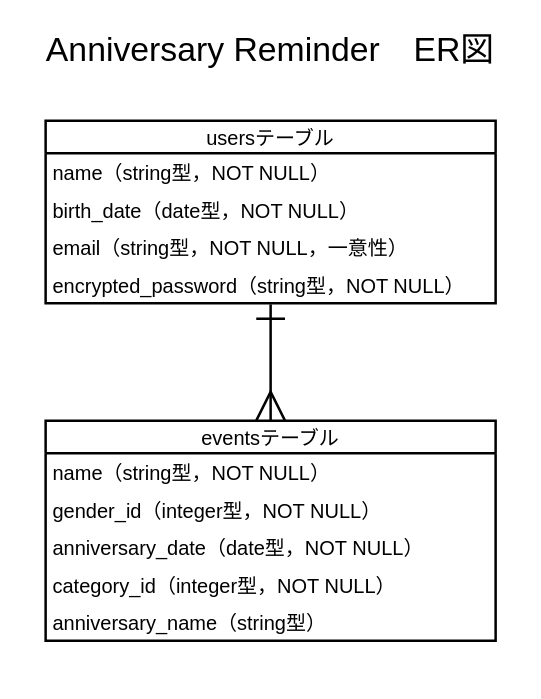
Before: ER-diagram.dio in Hammer0369/anniversary-reminder, a draw.io diagram. Source tidied: cells renumbered, new cells numbered last; positions are measured from the earlier drawing's top-left corner, leaving out a move shared by most shapes. Both pictures are drawn from the tidied source at 125%, with x=0, y=0 at pixel (20, 20).
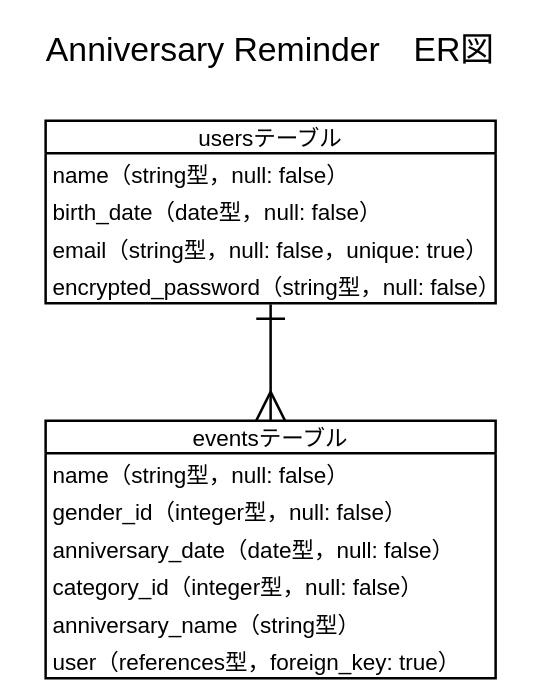
After the change.

Diff of the diagram source:
```diff
@@
 <mxGraphModel>
   <root>
     <mxCell id="0" />
     <mxCell id="1" parent="0" />
     <mxCell id="2" value="Anniversary Reminder　ER図" style="text;strokeColor=none;fillColor=none;spacingLeft=4;spacingRight=4;overflow=hidden;fontSize=27;align=center;strokeWidth=2;" parent="1" vertex="1">
       <mxGeometry width="400" height="40" as="geometry" />
     </mxCell>
-    <mxCell id="3" value="usersテーブル" style="swimlane;fontStyle=0;horizontal=1;startSize=26;align=center;fontSize=16;strokeWidth=2;" parent="1" vertex="1">
+    <mxCell id="3" value="usersテーブル" style="swimlane;fontStyle=0;horizontal=1;startSize=26;align=center;fontSize=18;strokeWidth=2;" parent="1" vertex="1">
       <mxGeometry x="20" y="80" width="360" height="146" as="geometry" />
     </mxCell>
-    <mxCell id="4" value="name（string型，NOT NULL）" style="text;strokeColor=none;fillColor=none;spacingLeft=4;spacingRight=4;overflow=hidden;fontSize=16;" parent="3" vertex="1">
+    <mxCell id="4" value="name（string型，null: false）" style="text;strokeColor=none;fillColor=none;spacingLeft=4;spacingRight=4;overflow=hidden;fontSize=18;" parent="3" vertex="1">
       <mxGeometry y="26" width="360" height="30" as="geometry" />
     </mxCell>
-    <mxCell id="5" value="birth_date（date型，NOT NULL）" style="text;strokeColor=none;fillColor=none;spacingLeft=4;spacingRight=4;overflow=hidden;fontSize=16;" parent="3" vertex="1">
+    <mxCell id="5" value="birth_date（date型，null: false）" style="text;strokeColor=none;fillColor=none;spacingLeft=4;spacingRight=4;overflow=hidden;fontSize=18;" parent="3" vertex="1">
       <mxGeometry y="56" width="360" height="30" as="geometry" />
     </mxCell>
-    <mxCell id="6" value="email（string型，NOT NULL，一意性）" style="text;strokeColor=none;fillColor=none;spacingLeft=4;spacingRight=4;overflow=hidden;fontSize=16;" parent="3" vertex="1">
+    <mxCell id="6" value="email（string型，null: false，unique: true）" style="text;strokeColor=none;fillColor=none;spacingLeft=4;spacingRight=4;overflow=hidden;fontSize=18;" parent="3" vertex="1">
       <mxGeometry y="86" width="360" height="30" as="geometry" />
     </mxCell>
-    <mxCell id="7" value="encrypted_password（string型，NOT NULL）" style="text;strokeColor=none;fillColor=none;spacingLeft=4;spacingRight=4;overflow=hidden;points=[[0,0.5],[1,0.5]];portConstraint=eastwest;fontSize=16;" parent="3" vertex="1">
+    <mxCell id="7" value="encrypted_password（string型，null: false）" style="text;strokeColor=none;fillColor=none;spacingLeft=4;spacingRight=4;overflow=hidden;points=[[0,0.5],[1,0.5]];portConstraint=eastwest;fontSize=18;" parent="3" vertex="1">
       <mxGeometry y="116" width="360" height="30" as="geometry" />
     </mxCell>
-    <mxCell id="8" value="eventsテーブル" style="swimlane;fontStyle=0;horizontal=1;startSize=26;align=center;fontSize=16;strokeWidth=2;" parent="1" vertex="1">
-      <mxGeometry x="20" y="320" width="360" height="176" as="geometry" />
+    <mxCell id="8" value="eventsテーブル" style="swimlane;fontStyle=0;horizontal=1;startSize=26;align=center;fontSize=18;strokeWidth=2;" parent="1" vertex="1">
+      <mxGeometry x="20" y="320" width="360" height="206" as="geometry" />
     </mxCell>
-    <mxCell id="9" value="name（string型，NOT NULL）" style="text;strokeColor=none;fillColor=none;spacingLeft=4;spacingRight=4;overflow=hidden;fontSize=16;" parent="8" vertex="1">
+    <mxCell id="9" value="name（string型，null: false）" style="text;strokeColor=none;fillColor=none;spacingLeft=4;spacingRight=4;overflow=hidden;fontSize=18;" parent="8" vertex="1">
       <mxGeometry y="26" width="360" height="30" as="geometry" />
     </mxCell>
-    <mxCell id="10" value="gender_id（integer型，NOT NULL）" style="text;strokeColor=none;fillColor=none;spacingLeft=4;spacingRight=4;overflow=hidden;fontSize=16;" parent="8" vertex="1">
+    <mxCell id="10" value="gender_id（integer型，null: false）" style="text;strokeColor=none;fillColor=none;spacingLeft=4;spacingRight=4;overflow=hidden;fontSize=18;" parent="8" vertex="1">
       <mxGeometry y="56" width="360" height="30" as="geometry" />
     </mxCell>
-    <mxCell id="11" value="anniversary_date（date型，NOT NULL）" style="text;strokeColor=none;fillColor=none;spacingLeft=4;spacingRight=4;overflow=hidden;fontSize=16;" parent="8" vertex="1">
+    <mxCell id="11" value="anniversary_date（date型，null: false）" style="text;strokeColor=none;fillColor=none;spacingLeft=4;spacingRight=4;overflow=hidden;fontSize=18;" parent="8" vertex="1">
       <mxGeometry y="86" width="360" height="30" as="geometry" />
     </mxCell>
-    <mxCell id="12" value="category_id（integer型，NOT NULL）" style="text;strokeColor=none;fillColor=none;spacingLeft=4;spacingRight=4;overflow=hidden;fontSize=16;" parent="8" vertex="1">
+    <mxCell id="12" value="category_id（integer型，null: false）" style="text;strokeColor=none;fillColor=none;spacingLeft=4;spacingRight=4;overflow=hidden;fontSize=18;" parent="8" vertex="1">
       <mxGeometry y="116" width="360" height="30" as="geometry" />
     </mxCell>
-    <mxCell id="13" value="anniversary_name（string型）" style="text;strokeColor=none;fillColor=none;spacingLeft=4;spacingRight=4;overflow=hidden;fontSize=16;" parent="8" vertex="1">
+    <mxCell id="13" value="anniversary_name（string型）" style="text;strokeColor=none;fillColor=none;spacingLeft=4;spacingRight=4;overflow=hidden;fontSize=18;" parent="8" vertex="1">
       <mxGeometry y="146" width="360" height="30" as="geometry" />
     </mxCell>
+    <mxCell id="15" value="user（references型，foreign_key: true）" style="text;strokeColor=none;fillColor=none;spacingLeft=4;spacingRight=4;overflow=hidden;fontSize=18;" parent="8" vertex="1">
+      <mxGeometry y="176" width="360" height="30" as="geometry" />
+    </mxCell>
-    <mxCell id="14" style="edgeStyle=orthogonalEdgeStyle;rounded=0;jettySize=auto;html=1;exitX=0.5;exitY=0;exitDx=0;exitDy=0;entryX=0.5;entryY=1.033;entryDx=0;entryDy=0;fontSize=16;startSize=20;endSize=20;strokeWidth=2;startArrow=ERmany;startFill=0;endArrow=ERone;endFill=0;entryPerimeter=0;" parent="1" edge="1" source="8" target="7">
+    <mxCell id="14" style="edgeStyle=orthogonalEdgeStyle;rounded=0;jettySize=auto;html=1;exitX=0.5;exitY=0;exitDx=0;exitDy=0;entryX=0.5;entryY=1.033;entryDx=0;entryDy=0;fontSize=18;startSize=20;endSize=20;strokeWidth=2;startArrow=ERmany;startFill=0;endArrow=ERone;endFill=0;entryPerimeter=0;" parent="1" edge="1" source="8" target="7">
       <mxGeometry relative="1" as="geometry" />
     </mxCell>
   </root>
 </mxGraphModel>
```
